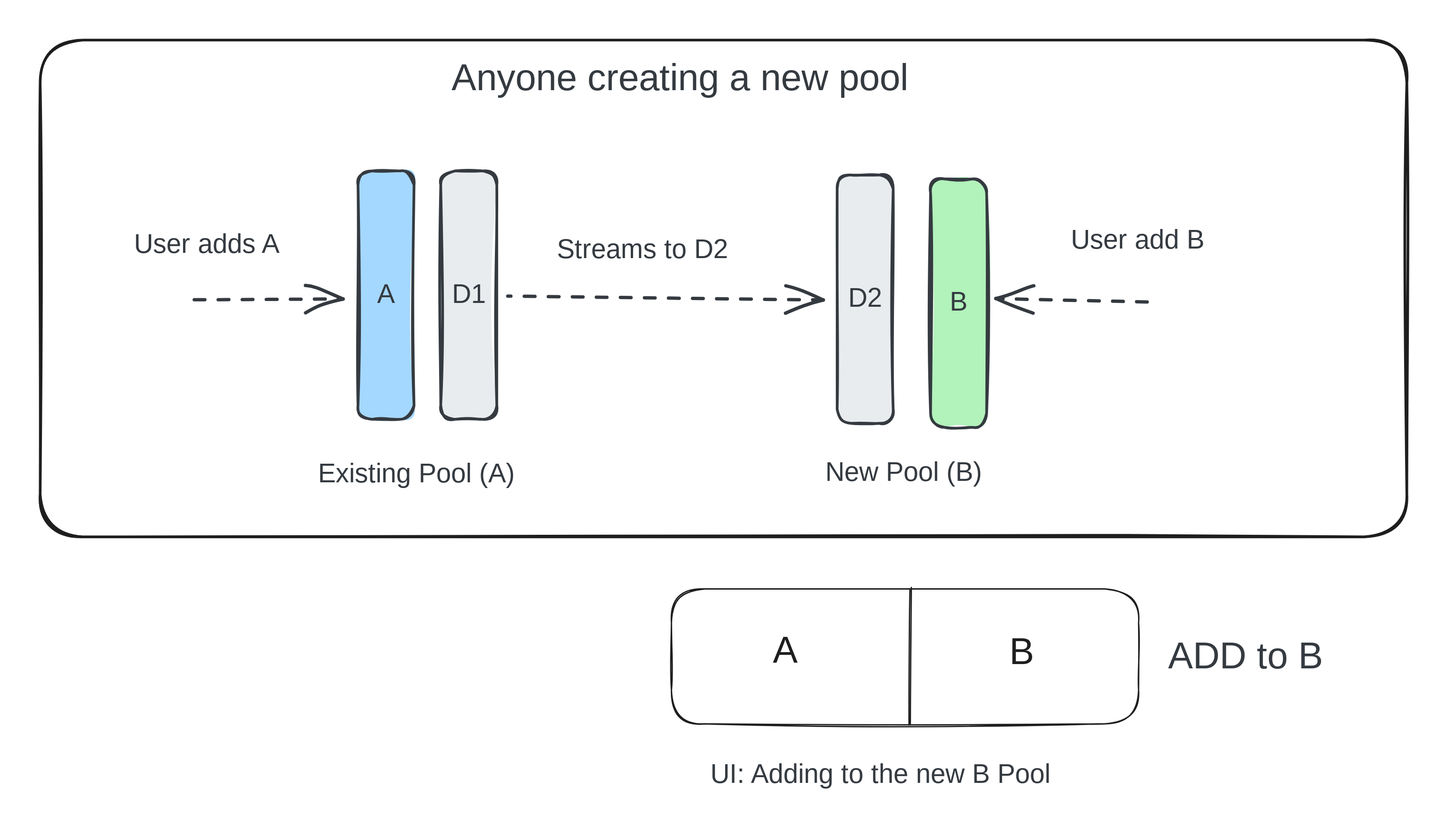
Before: .gitbook/assets/file.excalidraw (8).svg, a diagram exported from Excalidraw (decaswap-labs/docs). Source tidied: one line per element, renumbered; positions are measured from the earlier drawing's top-left corner, leaving out a move shared by most shapes.
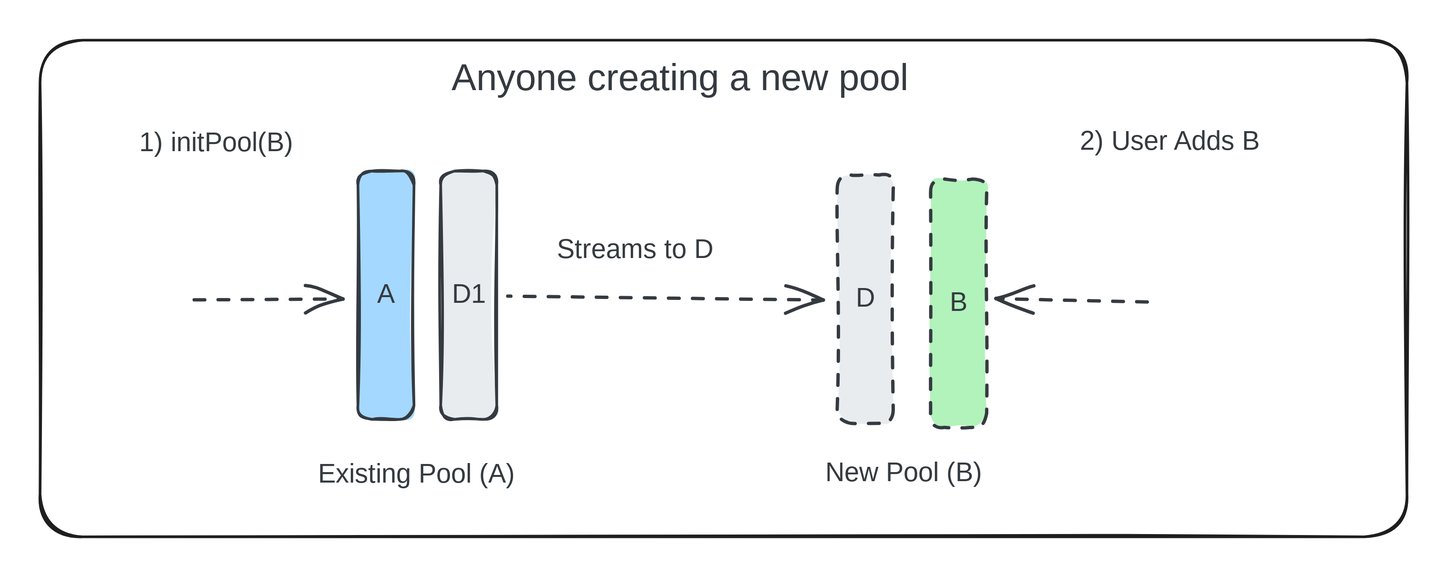
Later version of the same file.

Change to the diagram source:
```diff
@@ -4,21 +4,15 @@
 {"id": 3, "type": "arrow", "strokeColor": "#343a40", "backgroundColor": "#a5d8ff", "fillStyle": "solid", "strokeWidth": 2, "strokeStyle": "dashed", "roughness": 1, "startArrowhead": "arrow", "round": true, "from": 10, "to": 0, "x": 587, "y": 194, "width": 236, "height": 2, "points": [[0, 0], [-236, -2]]}
 {"id": 4, "type": "rectangle", "strokeColor": "#343a40", "backgroundColor": "#a5d8ff", "fillStyle": "solid", "strokeWidth": 2, "roughness": 1, "round": true, "x": 238, "y": 98, "width": 42, "height": 186}
 {"id": 5, "type": "text", "text": "A", "strokeColor": "#343a40", "backgroundColor": "#e9ecef", "fillStyle": "solid", "strokeWidth": 2, "roughness": 1, "fontSize": 20, "fontFamily": 1, "textAlign": "center", "verticalAlign": "middle", "inside": 4, "x": 253, "y": 178, "width": 13, "height": 25}
-{"id": 6, "type": "text", "text": "User add B", "strokeColor": "#343a40", "backgroundColor": "#a5d8ff", "fillStyle": "solid", "strokeWidth": 2, "strokeStyle": "dashed", "roughness": 1, "fontSize": 20, "fontFamily": 1, "x": 772, "y": 138, "width": 115, "height": 25}
+{"id": 6, "type": "text", "text": "2) User Adds B", "strokeColor": "#343a40", "backgroundColor": "#a5d8ff", "fillStyle": "solid", "strokeWidth": 2, "strokeStyle": "dashed", "roughness": 1, "fontSize": 20, "fontFamily": 1, "x": 779, "y": 64, "width": 157, "height": 25}
-{"id": 7, "type": "text", "text": "User adds A ", "strokeColor": "#343a40", "backgroundColor": "#a5d8ff", "fillStyle": "solid", "strokeWidth": 2, "strokeStyle": "dashed", "roughness": 1, "fontSize": 20, "fontFamily": 1, "x": 70, "y": 141, "width": 135, "height": 25}
+{"id": 7, "type": "text", "text": "1) initPool(B)", "strokeColor": "#343a40", "backgroundColor": "#a5d8ff", "fillStyle": "solid", "strokeWidth": 2, "strokeStyle": "dashed", "roughness": 1, "fontSize": 20, "fontFamily": 1, "x": 74, "y": 65, "width": 122, "height": 25}
 {"id": 8, "type": "rectangle", "strokeColor": "#1e1e1e", "strokeWidth": 2, "roughness": 1, "round": true, "x": 0, "y": 0, "width": 1024, "height": 372}
 {"id": 9, "type": "text", "text": "Anyone creating a new pool", "strokeColor": "#343a40", "backgroundColor": "#a5d8ff", "fillStyle": "solid", "strokeWidth": 2, "strokeStyle": "dashed", "roughness": 1, "fontSize": 28, "fontFamily": 1, "x": 308, "y": 12, "width": 370, "height": 35}
-{"id": 10, "type": "rectangle", "strokeColor": "#343a40", "backgroundColor": "#e9ecef", "fillStyle": "solid", "strokeWidth": 2, "roughness": 1, "round": true, "x": 597, "y": 101, "width": 42, "height": 186}
+{"id": 10, "type": "rectangle", "strokeColor": "#343a40", "backgroundColor": "#e9ecef", "fillStyle": "solid", "strokeWidth": 2, "strokeStyle": "dashed", "roughness": 1, "round": true, "x": 597, "y": 101, "width": 42, "height": 186}
-{"id": 11, "type": "text", "text": "D2", "strokeColor": "#343a40", "backgroundColor": "#e9ecef", "fillStyle": "solid", "strokeWidth": 2, "roughness": 1, "fontSize": 20, "fontFamily": 1, "textAlign": "center", "verticalAlign": "middle", "inside": 10, "x": 603, "y": 182, "width": 30, "height": 25}
+{"id": 11, "type": "text", "text": "D", "strokeColor": "#343a40", "backgroundColor": "#e9ecef", "fillStyle": "solid", "strokeWidth": 2, "roughness": 1, "fontSize": 20, "fontFamily": 1, "textAlign": "center", "verticalAlign": "middle", "inside": 10, "x": 610, "y": 182, "width": 16, "height": 25}
-{"id": 12, "type": "rectangle", "strokeColor": "#343a40", "backgroundColor": "#b2f2bb", "fillStyle": "solid", "strokeWidth": 2, "roughness": 1, "round": true, "x": 667, "y": 104, "width": 42, "height": 186}
+{"id": 12, "type": "rectangle", "strokeColor": "#343a40", "backgroundColor": "#b2f2bb", "fillStyle": "solid", "strokeWidth": 2, "strokeStyle": "dashed", "roughness": 1, "round": true, "x": 667, "y": 104, "width": 42, "height": 186}
 {"id": 13, "type": "text", "text": "B", "strokeColor": "#343a40", "backgroundColor": "#e9ecef", "fillStyle": "solid", "strokeWidth": 2, "roughness": 1, "fontSize": 20, "fontFamily": 1, "textAlign": "center", "verticalAlign": "middle", "inside": 12, "x": 681, "y": 184, "width": 15, "height": 25}
 {"id": 14, "type": "arrow", "strokeColor": "#343a40", "backgroundColor": "#a5d8ff", "fillStyle": "solid", "strokeWidth": 2, "strokeStyle": "dashed", "roughness": 1, "endArrowhead": "arrow", "round": true, "to": 12, "x": 830, "y": 197, "width": 114, "height": 4, "points": [[0, 0], [-114, -4]]}
 {"id": 15, "type": "text", "text": "Existing Pool (A)", "strokeColor": "#343a40", "backgroundColor": "#a5d8ff", "fillStyle": "solid", "strokeWidth": 2, "strokeStyle": "dashed", "roughness": 1, "fontSize": 20, "fontFamily": 1, "x": 208, "y": 313, "width": 164, "height": 25}
 {"id": 16, "type": "text", "text": "New Pool (B)", "strokeColor": "#343a40", "backgroundColor": "#a5d8ff", "fillStyle": "solid", "strokeWidth": 2, "strokeStyle": "dashed", "roughness": 1, "fontSize": 20, "fontFamily": 1, "x": 588, "y": 312, "width": 126, "height": 25}
-{"id": 17, "type": "text", "text": "Streams to D2", "strokeColor": "#343a40", "backgroundColor": "#a5d8ff", "fillStyle": "solid", "strokeWidth": 2, "strokeStyle": "dashed", "roughness": 1, "fontSize": 20, "fontFamily": 1, "x": 387, "y": 145, "width": 152, "height": 25}
+{"id": 17, "type": "text", "text": "Streams to D", "strokeColor": "#343a40", "backgroundColor": "#a5d8ff", "fillStyle": "solid", "strokeWidth": 2, "strokeStyle": "dashed", "roughness": 1, "fontSize": 20, "fontFamily": 1, "x": 387, "y": 145, "width": 138, "height": 25}
-{"id": 18, "type": "rectangle", "strokeColor": "#1e1e1e", "strokeWidth": 1, "roughness": 1, "round": true, "x": 473, "y": 411, "width": 350, "height": 101}
-{"id": 19, "type": "line", "strokeColor": "#1e1e1e", "strokeWidth": 1, "roughness": 1, "round": true, "x": 652, "y": 411, "width": 0, "height": 102, "points": [[0, 0], [0, 102]]}
-{"id": 20, "type": "text", "text": "A", "strokeColor": "#1e1e1e", "strokeWidth": 1, "roughness": 1, "fontSize": 28, "fontFamily": 1, "x": 549, "y": 441, "width": 18, "height": 35}
-{"id": 21, "type": "text", "text": "B", "strokeColor": "#1e1e1e", "strokeWidth": 1, "roughness": 1, "fontSize": 28, "fontFamily": 1, "x": 726, "y": 442, "width": 20, "height": 35}
-{"id": 22, "type": "text", "text": "ADD to B", "strokeColor": "#343a40", "backgroundColor": "#a5d8ff", "fillStyle": "solid", "strokeWidth": 2, "strokeStyle": "dashed", "roughness": 1, "fontSize": 28, "fontFamily": 1, "x": 845, "y": 445, "width": 142, "height": 35}
-{"id": 23, "type": "text", "text": "UI: Adding to the new B Pool", "strokeColor": "#343a40", "backgroundColor": "#a5d8ff", "fillStyle": "solid", "strokeWidth": 2, "strokeStyle": "dashed", "roughness": 1, "fontSize": 20, "fontFamily": 1, "x": 502, "y": 538, "width": 292, "height": 25}
```
